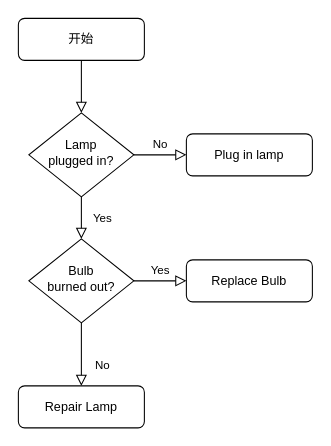
Above: 未命名绘图.drawio in feistiny/storefor_draw.io (draw.io), before the change. Source tidied: cells renumbered, new cells numbered last; positions are measured from the earlier drawing's top-left corner, leaving out a move shared by most shapes. Both pictures are drawn from the tidied source at 105%, with x=0, y=0 at pixel (18, 18).
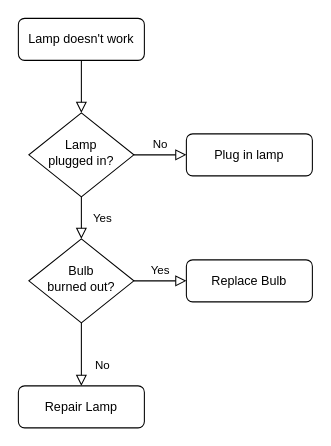
The same diagram, later.

Commit message:
已添加 未命名绘图.drawio

Diff of the diagram source:
```diff
@@
 <mxGraphModel>
   <root>
     <mxCell id="0" />
     <mxCell id="1" parent="0" />
     <mxCell id="2" style="rounded=0;html=1;jettySize=auto;fontSize=11;endArrow=block;endFill=0;endSize=8;strokeWidth=1;shadow=0;labelBackgroundColor=none;edgeStyle=orthogonalEdgeStyle;" parent="1" edge="1" source="3" target="6">
       <mxGeometry relative="1" as="geometry" />
     </mxCell>
-    <mxCell id="3" value="开始" style="rounded=1;whiteSpace=wrap;html=1;fontSize=12;glass=0;strokeWidth=1;shadow=0;" parent="1" vertex="1">
+    <mxCell id="3" value="Lamp doesn't work" style="rounded=1;whiteSpace=wrap;html=1;fontSize=12;glass=0;strokeWidth=1;shadow=0;" parent="1" vertex="1">
       <mxGeometry width="120" height="40" as="geometry" />
     </mxCell>
     <mxCell id="4" value="Yes" style="rounded=0;html=1;jettySize=auto;fontSize=11;endArrow=block;endFill=0;endSize=8;strokeWidth=1;shadow=0;labelBackgroundColor=none;edgeStyle=orthogonalEdgeStyle;" parent="1" edge="1" source="6" target="10">
       <mxGeometry y="20" relative="1" as="geometry" />
     </mxCell>
     <mxCell id="5" value="No" style="edgeStyle=orthogonalEdgeStyle;rounded=0;html=1;jettySize=auto;fontSize=11;endArrow=block;endFill=0;endSize=8;strokeWidth=1;shadow=0;labelBackgroundColor=none;" parent="1" edge="1" source="6" target="7">
       <mxGeometry y="10" relative="1" as="geometry" />
     </mxCell>
     <mxCell id="6" value="Lamp&lt;br&gt;plugged in?" style="rhombus;whiteSpace=wrap;html=1;shadow=0;fontFamily=Helvetica;fontSize=12;align=center;strokeWidth=1;spacing=6;spacingTop=-4;" parent="1" vertex="1">
       <mxGeometry x="10" y="90" width="100" height="80" as="geometry" />
     </mxCell>
     <mxCell id="7" value="Plug in lamp" style="rounded=1;whiteSpace=wrap;html=1;fontSize=12;glass=0;strokeWidth=1;shadow=0;" parent="1" vertex="1">
       <mxGeometry x="160" y="110" width="120" height="40" as="geometry" />
     </mxCell>
     <mxCell id="8" value="No" style="rounded=0;html=1;jettySize=auto;fontSize=11;endArrow=block;endFill=0;endSize=8;strokeWidth=1;shadow=0;labelBackgroundColor=none;edgeStyle=orthogonalEdgeStyle;" parent="1" edge="1" source="10" target="11">
       <mxGeometry x="0.33" y="20" relative="1" as="geometry" />
     </mxCell>
     <mxCell id="9" value="Yes" style="edgeStyle=orthogonalEdgeStyle;rounded=0;html=1;jettySize=auto;fontSize=11;endArrow=block;endFill=0;endSize=8;strokeWidth=1;shadow=0;labelBackgroundColor=none;" parent="1" edge="1" source="10" target="12">
       <mxGeometry y="10" relative="1" as="geometry" />
     </mxCell>
     <mxCell id="10" value="Bulb&lt;br&gt;burned out?" style="rhombus;whiteSpace=wrap;html=1;shadow=0;fontFamily=Helvetica;fontSize=12;align=center;strokeWidth=1;spacing=6;spacingTop=-4;" parent="1" vertex="1">
       <mxGeometry x="10" y="210" width="100" height="80" as="geometry" />
     </mxCell>
     <mxCell id="11" value="Repair Lamp" style="rounded=1;whiteSpace=wrap;html=1;fontSize=12;glass=0;strokeWidth=1;shadow=0;" parent="1" vertex="1">
       <mxGeometry y="350" width="120" height="40" as="geometry" />
     </mxCell>
     <mxCell id="12" value="Replace Bulb" style="rounded=1;whiteSpace=wrap;html=1;fontSize=12;glass=0;strokeWidth=1;shadow=0;" parent="1" vertex="1">
       <mxGeometry x="160" y="230" width="120" height="40" as="geometry" />
     </mxCell>
   </root>
 </mxGraphModel>
```
